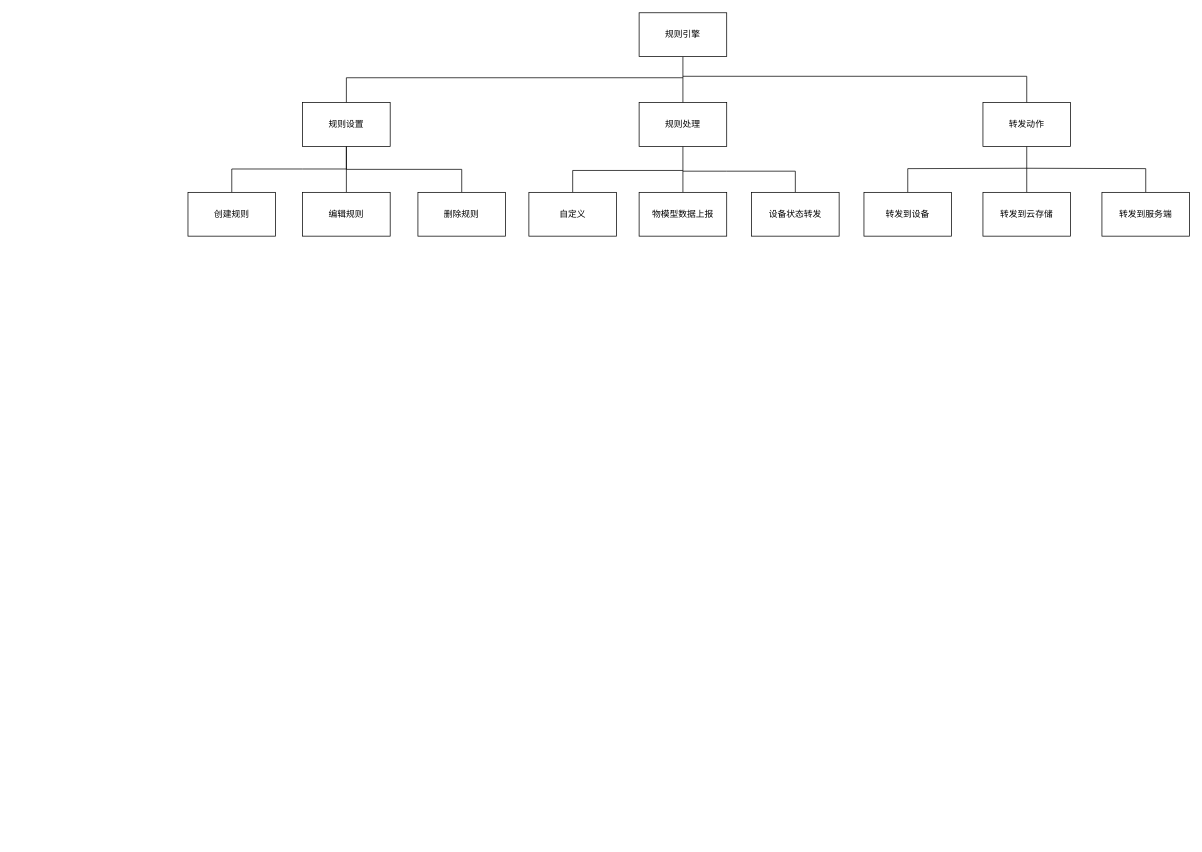
Above: 规则引擎IPO.drawio in wjwzero/DesignDrawing- (draw.io), before the change. Source tidied: cells renumbered, new cells numbered last; positions are measured from the earlier drawing's top-left corner, leaving out a move shared by most shapes. Both pictures are drawn from the tidied source at 73%, with x=0, y=0 at pixel (188, 12).
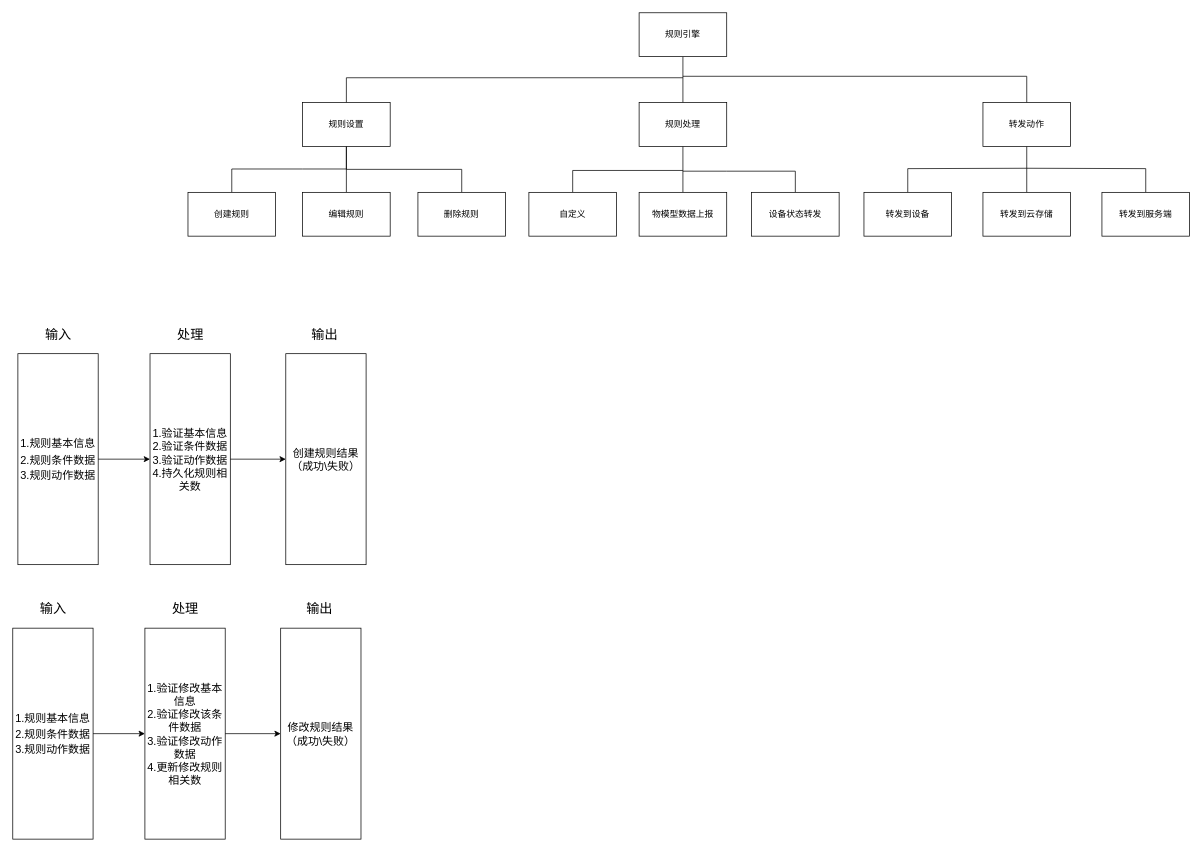
The same page after the edit.

Commit message:
更新规则引擎IPO.drawio

Diff of the diagram source:
```diff
@@
+    <mxCell id="27" style="group;" parent="1" vertex="1">
+      <mxGeometry x="-233" y="428" width="477" height="328" as="geometry" />
+    </mxCell>
+    <mxCell id="28" style="group;" parent="27" vertex="1">
+      <mxGeometry x="367" width="110" height="328" as="geometry" />
+    </mxCell>
+    <mxCell id="29" value="创建规则结果（成功\失败）&lt;br&gt;" style="rounded=0;whiteSpace=wrap;html=1;fontSize=15;" parent="28" vertex="1">
+      <mxGeometry y="39" width="110" height="289" as="geometry" />
+    </mxCell>
+    <mxCell id="30" value="输出" style="text;html=1;align=center;verticalAlign=middle;fontSize=18;" parent="28" vertex="1">
+      <mxGeometry x="30" width="46" height="26" as="geometry" />
+    </mxCell>
+    <mxCell id="31" style="group;" parent="27" vertex="1">
+      <mxGeometry x="181" width="110" height="328" as="geometry" />
+    </mxCell>
+    <mxCell id="32" value="&lt;font style=&quot;font-size: 15px&quot;&gt;1.验证基本信息&lt;br&gt;2.验证条件数据&lt;br&gt;3.验证动作数据&lt;br&gt;4.持久化规则相关数&lt;br&gt;&lt;/font&gt;" style="rounded=0;whiteSpace=wrap;html=1;fontSize=15;" parent="31" vertex="1">
+      <mxGeometry y="39" width="110" height="289" as="geometry" />
+    </mxCell>
+    <mxCell id="33" value="处理" style="text;html=1;align=center;verticalAlign=middle;fontSize=18;" parent="31" vertex="1">
+      <mxGeometry x="32" width="46" height="26" as="geometry" />
+    </mxCell>
+    <mxCell id="34" style="group;" parent="27" vertex="1">
+      <mxGeometry width="110" height="328" as="geometry" />
+    </mxCell>
+    <mxCell id="35" value="&lt;font style=&quot;font-size: 15px&quot;&gt;1.规则基本信息&lt;br&gt;2.规则条件数据&lt;br&gt;3.规则动作数据&lt;br&gt;&lt;/font&gt;" style="rounded=0;whiteSpace=wrap;html=1;fontSize=18;" parent="34" vertex="1">
+      <mxGeometry y="39" width="110" height="289" as="geometry" />
+    </mxCell>
+    <mxCell id="36" value="输入" style="text;html=1;align=center;verticalAlign=middle;fontSize=18;" parent="34" vertex="1">
+      <mxGeometry x="32" width="46" height="26" as="geometry" />
+    </mxCell>
+    <mxCell id="37" style="endArrow=classic;html=1;fontSize=18;exitX=1;exitY=0.5;exitDx=0;exitDy=0;" parent="27" edge="1" source="35" target="32">
+      <mxGeometry relative="1" as="geometry" />
+    </mxCell>
+    <mxCell id="38" style="edgeStyle=orthogonalEdgeStyle;rounded=0;jettySize=auto;html=1;exitX=1;exitY=0.5;exitDx=0;exitDy=0;entryX=0;entryY=0.5;entryDx=0;entryDy=0;endArrow=classic;endFill=1;fontSize=18;" parent="27" edge="1" source="32" target="29">
+      <mxGeometry relative="1" as="geometry" />
+    </mxCell>
+    <mxCell id="39" style="group;" parent="1" vertex="1">
+      <mxGeometry x="-240" y="804" width="477" height="328" as="geometry" />
+    </mxCell>
+    <mxCell id="40" style="group;" parent="39" vertex="1">
+      <mxGeometry x="367" width="110" height="328" as="geometry" />
+    </mxCell>
+    <mxCell id="41" value="修改规则结果（成功\失败）" style="rounded=0;whiteSpace=wrap;html=1;fontSize=15;" parent="40" vertex="1">
+      <mxGeometry y="39" width="110" height="289" as="geometry" />
+    </mxCell>
+    <mxCell id="42" value="输出" style="text;html=1;align=center;verticalAlign=middle;fontSize=18;" parent="40" vertex="1">
+      <mxGeometry x="30" width="46" height="26" as="geometry" />
+    </mxCell>
+    <mxCell id="43" style="group;" parent="39" vertex="1">
+      <mxGeometry x="181" width="110" height="328" as="geometry" />
+    </mxCell>
+    <mxCell id="44" value="&lt;font style=&quot;font-size: 15px&quot;&gt;1.验证修改基本信息&lt;br&gt;2.验证修改该条件数据&lt;br&gt;3.验证修改动作数据&lt;br&gt;4.更新修改规则相关数&lt;br&gt;&lt;/font&gt;" style="rounded=0;whiteSpace=wrap;html=1;fontSize=15;" parent="43" vertex="1">
+      <mxGeometry y="39" width="110" height="289" as="geometry" />
+    </mxCell>
+    <mxCell id="45" value="处理" style="text;html=1;align=center;verticalAlign=middle;fontSize=18;" parent="43" vertex="1">
+      <mxGeometry x="32" width="46" height="26" as="geometry" />
+    </mxCell>
+    <mxCell id="46" style="group;" parent="39" vertex="1">
+      <mxGeometry width="110" height="328" as="geometry" />
+    </mxCell>
+    <mxCell id="47" value="&lt;font style=&quot;font-size: 15px&quot;&gt;1.规则基本信息&lt;br&gt;2.规则条件数据&lt;br&gt;3.规则动作数据&lt;br&gt;&lt;/font&gt;" style="rounded=0;whiteSpace=wrap;html=1;fontSize=18;" parent="46" vertex="1">
+      <mxGeometry y="39" width="110" height="289" as="geometry" />
+    </mxCell>
+    <mxCell id="48" value="输入" style="text;html=1;align=center;verticalAlign=middle;fontSize=18;" parent="46" vertex="1">
+      <mxGeometry x="32" width="46" height="26" as="geometry" />
+    </mxCell>
+    <mxCell id="49" style="endArrow=classic;html=1;fontSize=18;exitX=1;exitY=0.5;exitDx=0;exitDy=0;" parent="39" edge="1" source="47" target="44">
+      <mxGeometry relative="1" as="geometry" />
+    </mxCell>
+    <mxCell id="50" style="edgeStyle=orthogonalEdgeStyle;rounded=0;jettySize=auto;html=1;exitX=1;exitY=0.5;exitDx=0;exitDy=0;entryX=0;entryY=0.5;entryDx=0;entryDy=0;endArrow=classic;endFill=1;fontSize=18;" parent="39" edge="1" source="44" target="41">
+      <mxGeometry relative="1" as="geometry" />
+    </mxCell>
```
